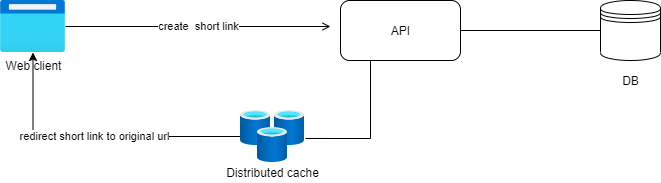
jhonnysanchezillisaca/url-shortener keeps this draw.io diagram as diagram.drawio.png. Above is the earlier version. Source tidied: cells renumbered, new cells last; positions are measured from the earlier drawing's top-left corner, leaving out a move shared by most shapes.
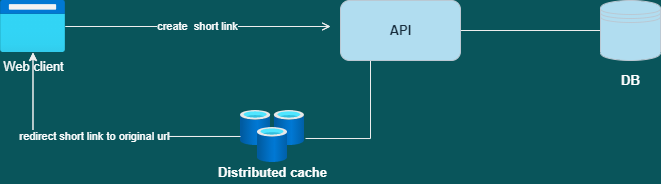
The same diagram one commit later.

Commit message:
Fix color of diagram

What changed in the source:
```diff
@@ -1,41 +1,54 @@
-<mxGraphModel>
+<mxGraphModel background="#09555B">
   <root>
     <mxCell id="0" />
     <mxCell id="1" parent="0" />
-    <mxCell id="2" value="create&amp;nbsp; short link" style="rounded=1;jettySize=auto;html=1;endArrow=open;endFill=0;" parent="1" edge="1" source="3">
+    <mxCell id="2" value="create&amp;nbsp; short link" style="rounded=1;jettySize=auto;html=1;endArrow=open;endFill=0;strokeColor=#EEEEEE;fontColor=#FFFFFF;labelBackgroundColor=#09555B;" parent="1" edge="1" source="3">
       <mxGeometry relative="1" as="geometry">
         <mxPoint x="330" y="26" as="targetPoint" />
       </mxGeometry>
     </mxCell>
-    <mxCell id="3" value="Web client" style="html=1;points=[];align=center;image;fontSize=12;image=img/lib/azure2/general/Browser.svg;" parent="1" vertex="1">
+    <mxCell id="3" value="&lt;font style=&quot;font-size: 13px;&quot; color=&quot;#ffffff&quot;&gt;Web client&lt;/font&gt;" style="html=1;points=[];align=center;image;fontSize=12;image=img/lib/azure2/general/Browser.svg;fillColor=#B1DDF0;strokeColor=#BAC8D3;fontColor=#182E3E;labelBackgroundColor=none;" parent="1" vertex="1">
       <mxGeometry width="65" height="52" as="geometry" />
     </mxCell>
-    <mxCell id="4" style="edgeStyle=orthogonalEdgeStyle;rounded=0;jettySize=auto;html=1;exitX=0.25;exitY=1;exitDx=0;exitDy=0;entryX=1.016;entryY=0.538;entryDx=0;entryDy=0;entryPerimeter=0;endArrow=none;endFill=0;" parent="1" edge="1" source="6" target="8">
+    <mxCell id="4" style="edgeStyle=orthogonalEdgeStyle;rounded=0;jettySize=auto;html=1;exitX=0.25;exitY=1;exitDx=0;exitDy=0;entryX=1.016;entryY=0.538;entryDx=0;entryDy=0;entryPerimeter=0;endArrow=none;endFill=0;strokeColor=#EEEEEE;fontColor=#FFFFFF;labelBackgroundColor=#09555B;" parent="1" edge="1" source="6" target="8">
       <mxGeometry relative="1" as="geometry" />
     </mxCell>
-    <mxCell id="5" style="edgeStyle=none;rounded=1;jettySize=auto;html=1;exitX=1;exitY=0.5;exitDx=0;exitDy=0;entryX=0;entryY=0.5;entryDx=0;entryDy=0;endArrow=none;endFill=0;" parent="1" edge="1" source="6" target="9">
+    <mxCell id="5" style="edgeStyle=none;rounded=1;jettySize=auto;html=1;exitX=1;exitY=0.5;exitDx=0;exitDy=0;entryX=0;entryY=0.5;entryDx=0;entryDy=0;endArrow=none;endFill=0;strokeColor=#EEEEEE;fontColor=#FFFFFF;labelBackgroundColor=#09555B;" parent="1" edge="1" source="6" target="9">
       <mxGeometry relative="1" as="geometry" />
     </mxCell>
-    <mxCell id="6" style="rounded=1;whiteSpace=wrap;html=1;" parent="1" vertex="1">
+    <mxCell id="6" style="rounded=1;whiteSpace=wrap;html=1;fillColor=#B1DDF0;strokeColor=#BAC8D3;fontColor=#182E3E;" parent="1" vertex="1">
       <mxGeometry x="340" width="120" height="60" as="geometry" />
     </mxCell>
-    <mxCell id="7" value="redirect short link to original url" style="edgeStyle=orthogonalEdgeStyle;rounded=0;jettySize=auto;html=1;endArrow=classic;endFill=1;" parent="1" edge="1" source="8" target="3">
+    <mxCell id="7" value="redirect short link to original url" style="edgeStyle=orthogonalEdgeStyle;rounded=0;jettySize=auto;html=1;endArrow=classic;endFill=1;strokeColor=#EEEEEE;fontColor=#FFFFFF;labelBackgroundColor=#09555B;" parent="1" edge="1" source="8" target="3">
       <mxGeometry relative="1" as="geometry" />
     </mxCell>
-    <mxCell id="8" style="html=1;points=[];align=center;image;fontSize=12;image=img/lib/azure2/databases/Cache_Redis.svg;" parent="1" vertex="1">
+    <mxCell id="8" style="html=1;points=[];align=center;image;fontSize=12;image=img/lib/azure2/databases/Cache_Redis.svg;fillColor=#B1DDF0;strokeColor=#BAC8D3;fontColor=#182E3E;labelBackgroundColor=none;" parent="1" vertex="1">
       <mxGeometry x="240" y="110" width="64" height="52" as="geometry" />
     </mxCell>
-    <mxCell id="9" style="shape=datastore;whiteSpace=wrap;html=1;" parent="1" vertex="1">
+    <mxCell id="9" style="shape=datastore;whiteSpace=wrap;html=1;fillColor=#B1DDF0;strokeColor=#BAC8D3;fontColor=#182E3E;" parent="1" vertex="1">
       <mxGeometry x="600" width="60" height="60" as="geometry" />
     </mxCell>
-    <mxCell id="10" value="Distributed cache" style="text;html=1;align=center;verticalAlign=middle;" parent="1" vertex="1">
-      <mxGeometry x="217" y="162" width="110" height="20" as="geometry" />
+    <mxCell id="10" value="Distributed cache" style="text;html=1;align=center;verticalAlign=middle;fontColor=#FFFFFF;fontStyle=1;fontSize=13;" parent="1" vertex="1">
+      <mxGeometry x="212" y="162" width="120" height="20" as="geometry" />
     </mxCell>
-    <mxCell id="11" value="API" style="text;html=1;align=center;verticalAlign=middle;" parent="1" vertex="1">
-      <mxGeometry x="385" y="20" width="30" height="20" as="geometry" />
+    <mxCell id="11" value="API" style="text;html=1;align=center;verticalAlign=middle;fontColor=#182E3E;fontStyle=1;fontSize=13;" parent="1" vertex="1">
+      <mxGeometry x="380" y="20" width="40" height="20" as="geometry" />
     </mxCell>
-    <mxCell id="12" value="DB" style="text;html=1;align=center;verticalAlign=middle;" parent="1" vertex="1">
+    <mxCell id="12" value="DB" style="text;html=1;align=center;verticalAlign=middle;fontColor=#FFFFFF;fontStyle=1;fontSize=13;" parent="1" vertex="1">
       <mxGeometry x="615" y="70" width="30" height="20" as="geometry" />
     </mxCell>
+    <mxCell id="13" value="background-color" parent="0" />
+    <mxCell id="14" value="create&amp;nbsp; short link" style="rounded=1;orthogonalLoop=1;jettySize=auto;html=1;endArrow=open;endFill=0;strokeColor=#EEEEEE;fontColor=#FFFFFF;labelBackgroundColor=#09555B;" parent="13" edge="1">
+      <mxGeometry relative="1" as="geometry">
+        <mxPoint x="65" y="26" as="sourcePoint" />
+        <mxPoint x="330" y="26" as="targetPoint" />
+      </mxGeometry>
+    </mxCell>
+    <mxCell id="15" value="redirect short link to original url" style="edgeStyle=orthogonalEdgeStyle;rounded=0;orthogonalLoop=1;jettySize=auto;html=1;endArrow=classic;endFill=1;strokeColor=#EEEEEE;fontColor=#FFFFFF;labelBackgroundColor=#09555B;" parent="13" edge="1">
+      <mxGeometry relative="1" as="geometry">
+        <mxPoint x="240" y="136" as="sourcePoint" />
+        <mxPoint x="32.5" y="52" as="targetPoint" />
+      </mxGeometry>
+    </mxCell>
   </root>
 </mxGraphModel>
```
